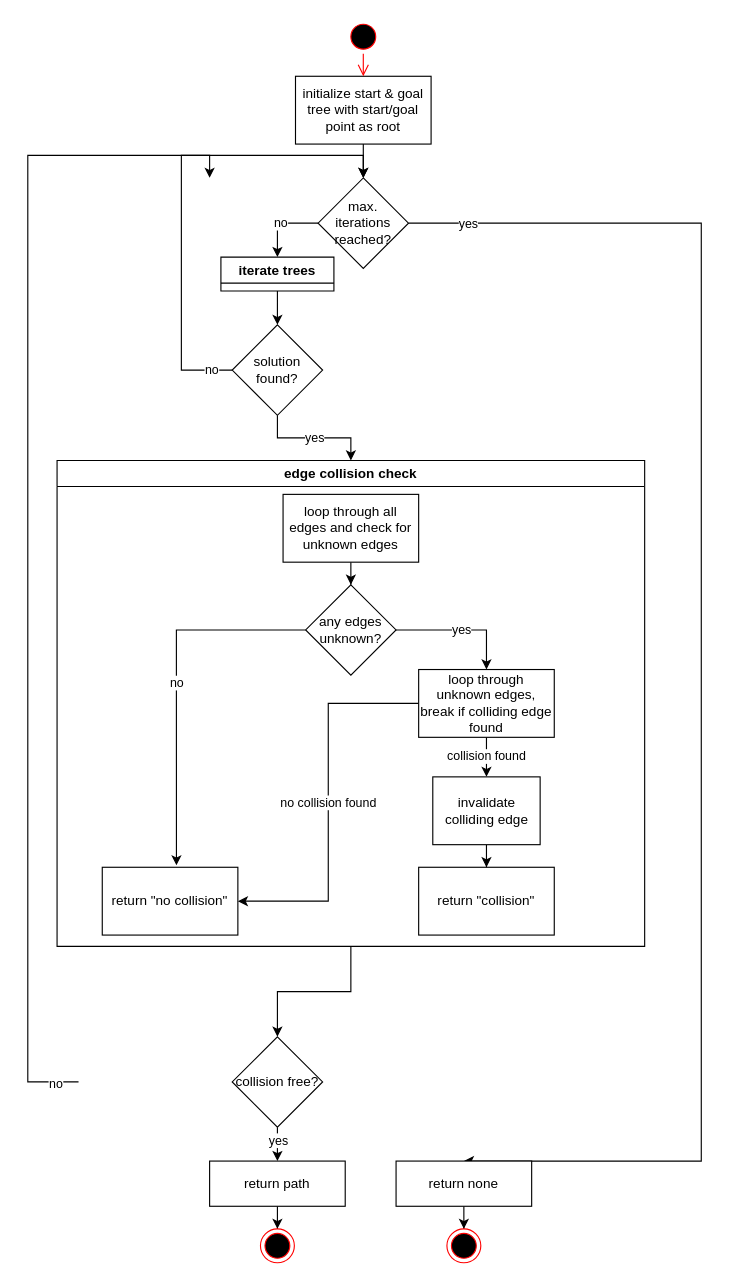
The draw.io diagram notebooks/img/SBL.drawio in gabrielle-me/ikp-sbl, before the edit. Source tidied: cells renumbered, new cells numbered last; positions are measured from the earlier drawing's top-left corner, leaving out a move shared by most shapes. Both pictures are drawn from the tidied source at 113%, with x=0, y=0 at pixel (27, 19).
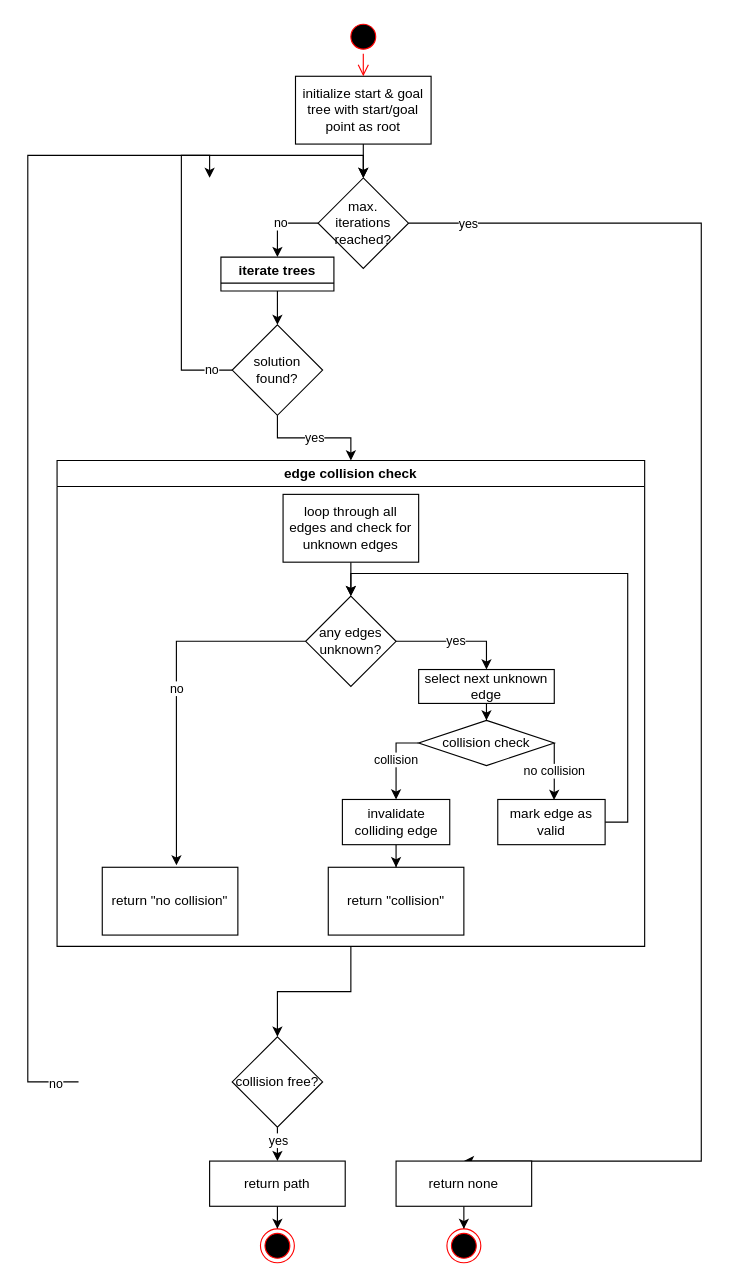
After the change.

Commit message (it also covers changes not shown here):
replaced collision check scheme v2

Unchanged cells that the change refers to:
```xml
<mxCell id="11" value="edge collision check" style="swimlane;whiteSpace=wrap;html=1;" parent="1" vertex="1">
  <mxGeometry x="26" y="390" width="520" height="430" as="geometry" />
</mxCell>
<mxCell id="16" value="return &quot;no collision&quot;" style="rounded=0;whiteSpace=wrap;html=1;" parent="11" vertex="1">
  <mxGeometry x="40" y="360" width="120" height="60" as="geometry" />
</mxCell>
```

What changed in the source:
```diff
@@
     <mxCell id="15" value="any edges unknown?" style="rhombus;whiteSpace=wrap;html=1;shapeInside=1;" parent="11" vertex="1">
-      <mxGeometry x="220" y="110" width="80" height="80" as="geometry" />
+      <mxGeometry x="220" y="120" width="80" height="80" as="geometry" />
     </mxCell>
@@
-    <mxCell id="18" value="no collision found" style="edgeStyle=orthogonalEdgeStyle;rounded=0;jettySize=auto;html=1;entryX=1;entryY=0.5;entryDx=0;entryDy=0;" parent="11" edge="1" source="20" target="16">
-      <mxGeometry relative="1" as="geometry" />
-    </mxCell>
-    <mxCell id="19" value="collision found" style="edgeStyle=orthogonalEdgeStyle;rounded=0;jettySize=auto;html=1;entryX=0.5;entryY=0;entryDx=0;entryDy=0;" parent="11" edge="1" source="20" target="23">
+    <mxCell id="19" value="collision" style="edgeStyle=orthogonalEdgeStyle;rounded=0;jettySize=auto;html=1;entryX=0.5;entryY=0;entryDx=0;entryDy=0;exitX=0;exitY=0.5;exitDx=0;exitDy=0;" parent="11" edge="1" source="42" target="23">
       <mxGeometry relative="1" as="geometry" />
     </mxCell>
+    <mxCell id="41" style="edgeStyle=orthogonalEdgeStyle;rounded=0;jettySize=auto;html=1;" parent="11" edge="1" source="20" target="42">
+      <mxGeometry relative="1" as="geometry" />
+    </mxCell>
-    <mxCell id="20" value="loop through unknown edges, break if colliding edge found" style="rounded=0;whiteSpace=wrap;html=1;" parent="11" vertex="1">
-      <mxGeometry x="320" y="185" width="120" height="60" as="geometry" />
+    <mxCell id="20" value="select next unknown edge" style="rounded=0;whiteSpace=wrap;html=1;" parent="11" vertex="1">
+      <mxGeometry x="320" y="185" width="120" height="30" as="geometry" />
     </mxCell>
     <mxCell id="21" value="return &quot;collision&quot;" style="rounded=0;whiteSpace=wrap;html=1;" parent="11" vertex="1">
-      <mxGeometry x="320" y="360" width="120" height="60" as="geometry" />
+      <mxGeometry x="240" y="360" width="120" height="60" as="geometry" />
     </mxCell>
@@
     <mxCell id="23" value="invalidate colliding edge" style="rounded=0;whiteSpace=wrap;html=1;" parent="11" vertex="1">
-      <mxGeometry x="332.5" y="280" width="95" height="60" as="geometry" />
+      <mxGeometry x="252.5" y="300" width="95" height="40" as="geometry" />
     </mxCell>
+    <mxCell id="42" value="collision check" style="rhombus;whiteSpace=wrap;html=1;shapeInside=1;" parent="11" vertex="1">
+      <mxGeometry x="320" y="230" width="120" height="40" as="geometry" />
+    </mxCell>
+    <mxCell id="43" style="edgeStyle=orthogonalEdgeStyle;rounded=0;jettySize=auto;html=1;exitX=1;exitY=0.5;exitDx=0;exitDy=0;entryX=0.5;entryY=0;entryDx=0;entryDy=0;" parent="11" edge="1" source="44" target="15">
+      <mxGeometry relative="1" as="geometry" />
+    </mxCell>
+    <mxCell id="44" value="mark edge as valid" style="rounded=0;whiteSpace=wrap;html=1;" parent="11" vertex="1">
+      <mxGeometry x="390" y="300" width="95" height="40" as="geometry" />
+    </mxCell>
+    <mxCell id="45" value="no collision" style="edgeStyle=orthogonalEdgeStyle;rounded=0;jettySize=auto;html=1;entryX=0.524;entryY=0.01;entryDx=0;entryDy=0;entryPerimeter=0;exitX=1;exitY=0.5;exitDx=0;exitDy=0;" parent="11" edge="1" source="42" target="44">
+      <mxGeometry relative="1" as="geometry">
+        <Array as="points">
+          <mxPoint x="440" y="290" />
+        </Array>
+      </mxGeometry>
+    </mxCell>
```
